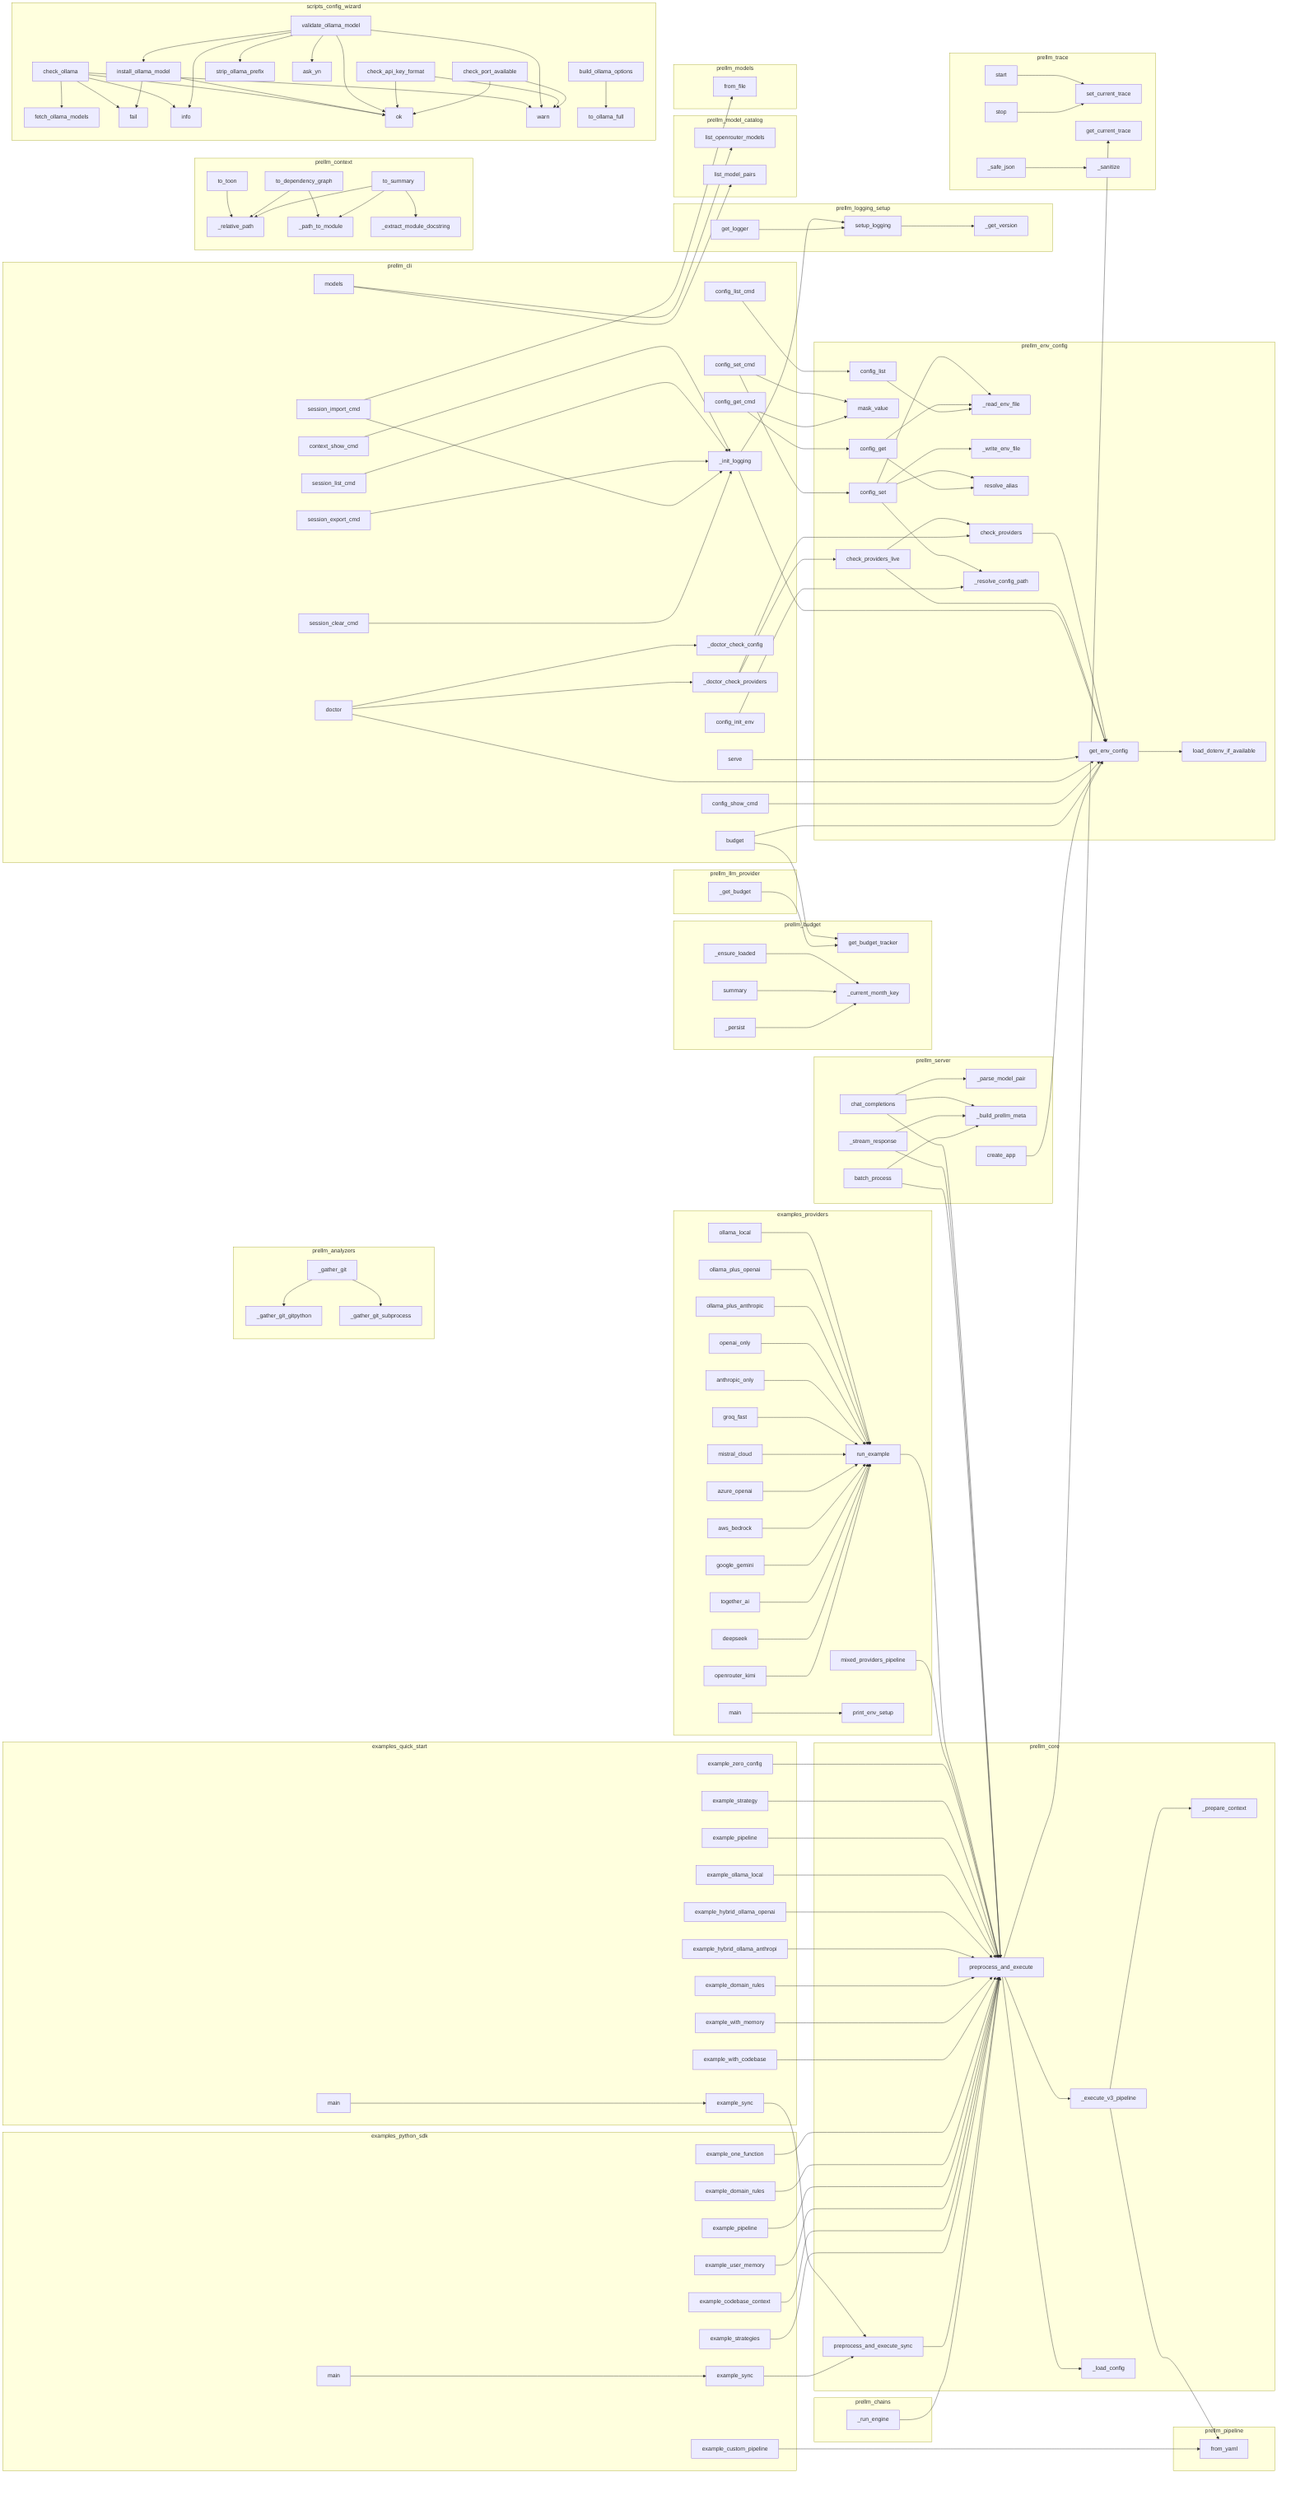
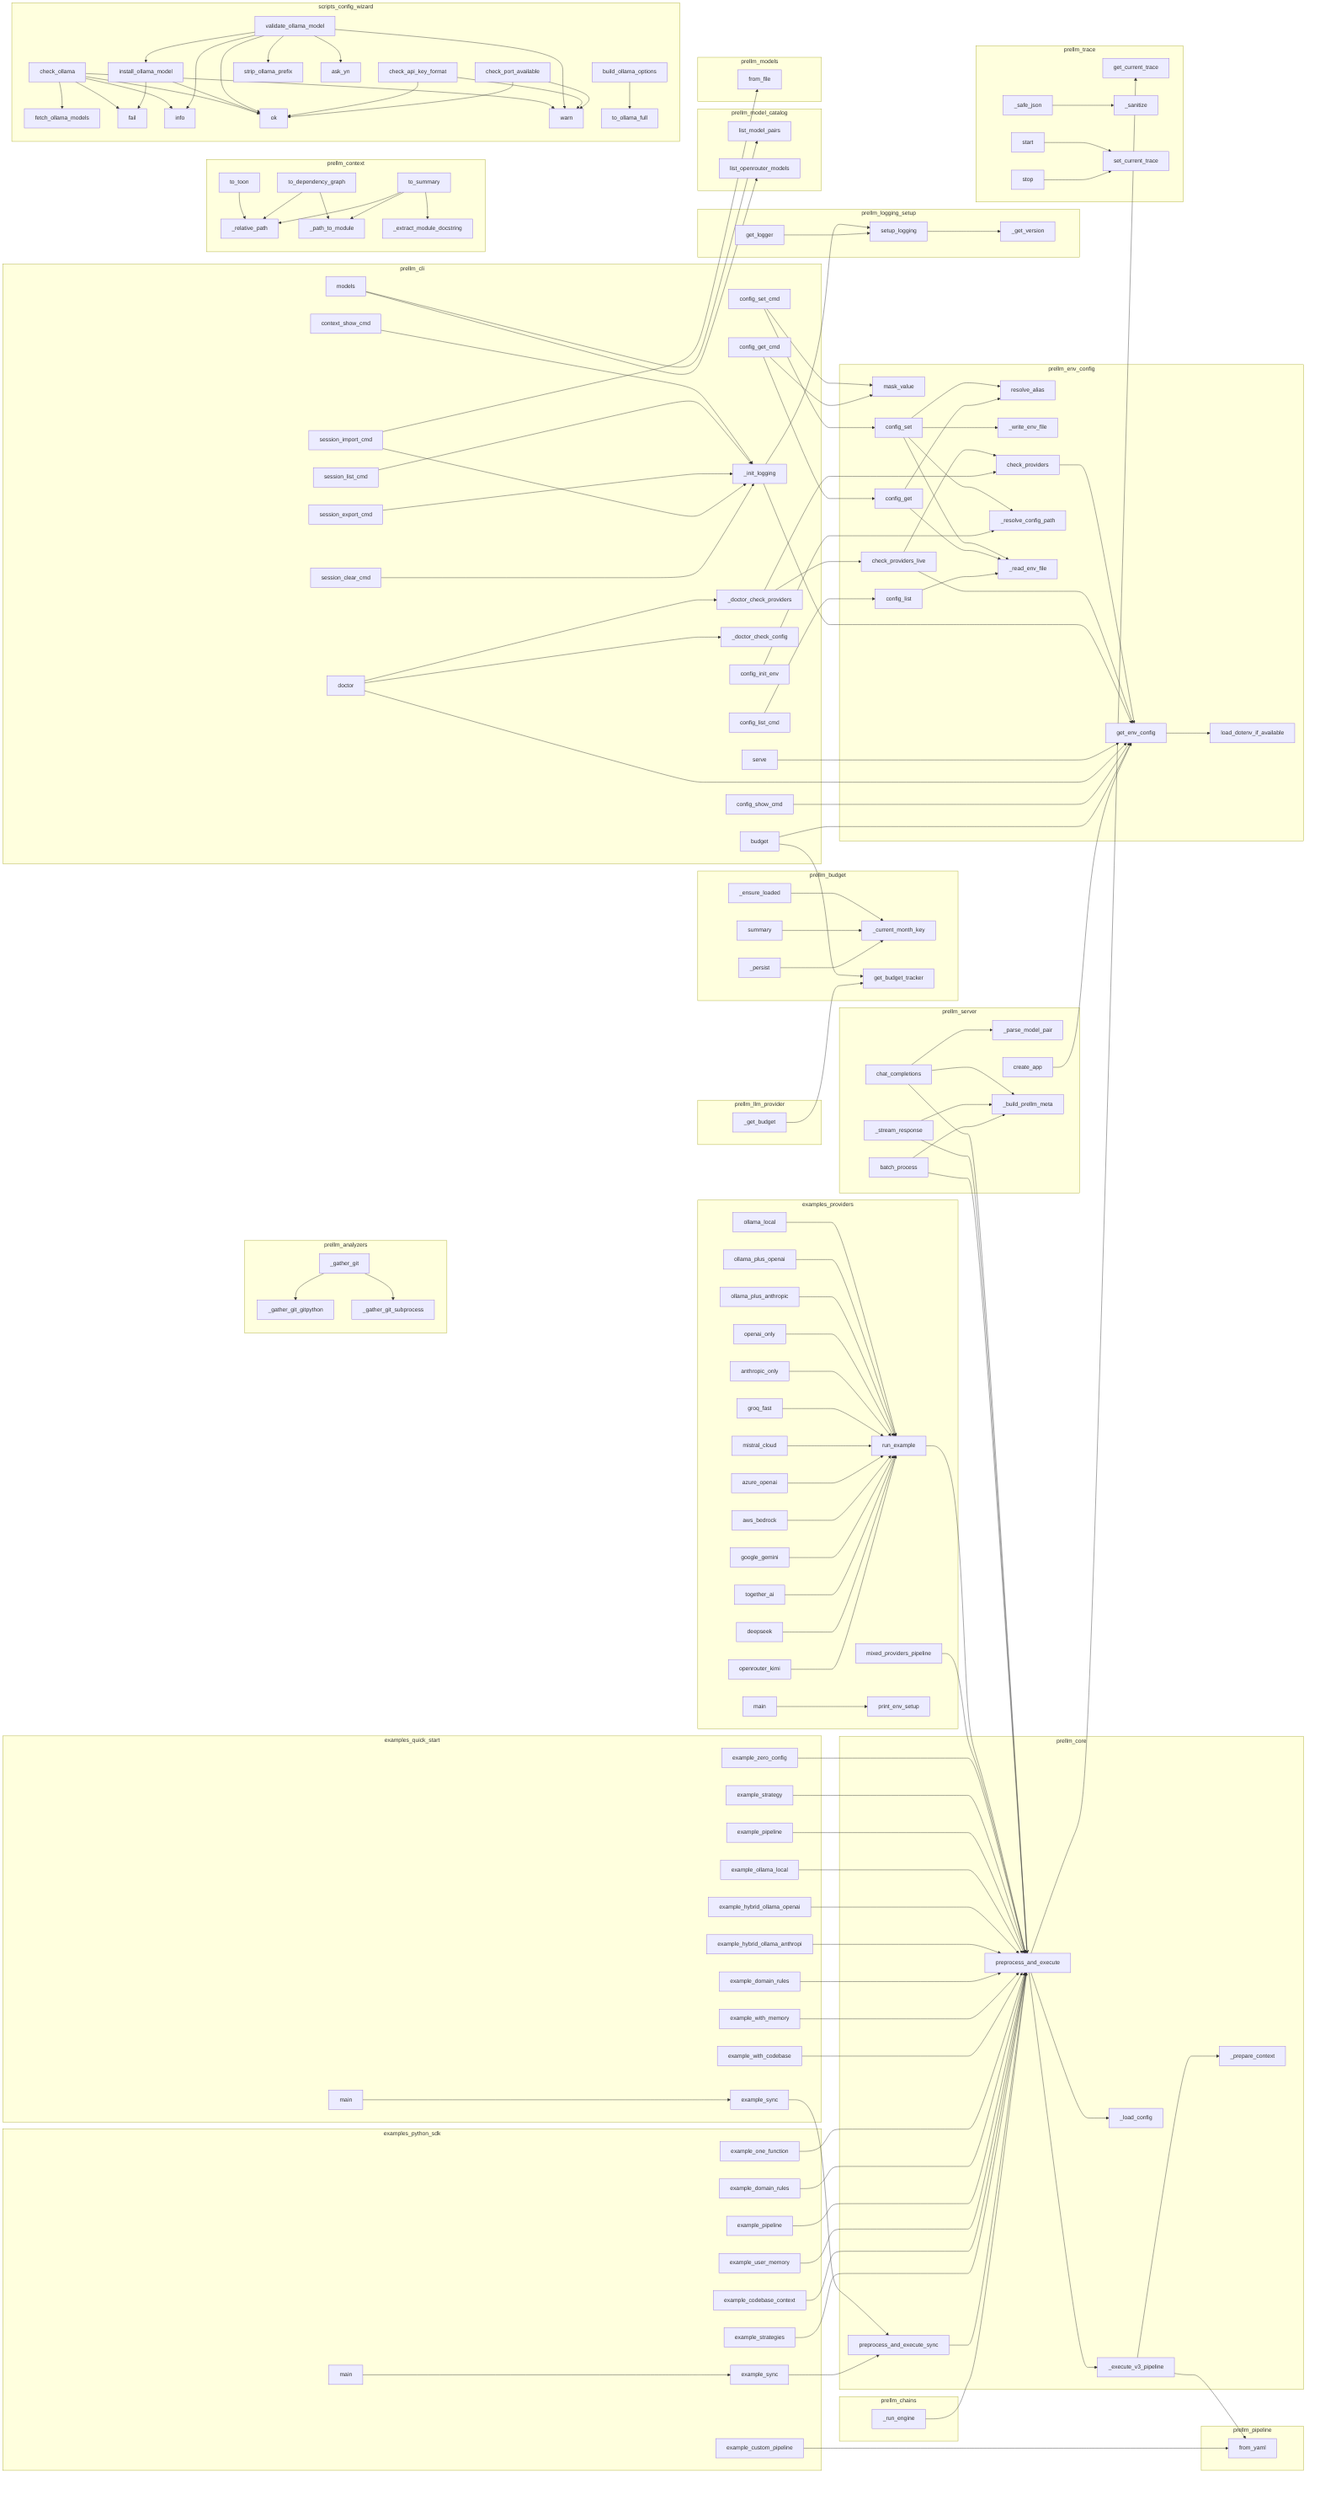
flowchart LR
    subgraph examples_providers
+         examples__providers__ollama_plus_openai["ollama_plus_openai"]
        examples__providers__aws_bedrock["aws_bedrock"]
-         examples__providers__azure_openai["azure_openai"]
+         examples__providers__mistral_cloud["mistral_cloud"]
+         examples__providers__mixed_providers_pipeline["mixed_providers_pipeline"]
+         examples__providers__deepseek["deepseek"]
+         examples__providers__main["main"]
+         examples__providers__run_example["run_example"]
        examples__providers__openrouter_kimi["openrouter_kimi"]
-         examples__providers__ollama_plus_anthropic["ollama_plus_anthropic"]
+         examples__providers__print_env_setup["print_env_setup"]
        examples__providers__openai_only["openai_only"]
-         examples__providers__mixed_providers_pipeline["mixed_providers_pipeline"]
-         examples__providers__ollama_plus_openai["ollama_plus_openai"]
-         examples__providers__run_example["run_example"]
-         examples__providers__mistral_cloud["mistral_cloud"]
-         examples__providers__print_env_setup["print_env_setup"]
-         examples__providers__google_gemini["google_gemini"]
-         examples__providers__main["main"]
-         examples__providers__groq_fast["groq_fast"]
        examples__providers__ollama_local["ollama_local"]
        examples__providers__anthropic_only["anthropic_only"]
-         examples__providers__deepseek["deepseek"]
        examples__providers__together_ai["together_ai"]
+         examples__providers__azure_openai["azure_openai"]
+         examples__providers__ollama_plus_anthropic["ollama_plus_anthropic"]
+         examples__providers__groq_fast["groq_fast"]
+         examples__providers__google_gemini["google_gemini"]
    end
    subgraph examples_python_sdk
+         examples__python_sdk__main["main"]
+         examples__python_sdk__example_pipeline["example_pipeline"]
+         examples__python_sdk__example_sync["example_sync"]
+         examples__python_sdk__example_user_memory["example_user_memory"]
+         examples__python_sdk__example_codebase_context["example_codebase_context"]
+         examples__python_sdk__example_one_function["example_one_function"]
+         examples__python_sdk__example_custom_pipeline["example_custom_pipeline"]
+         examples__python_sdk__example_strategies["example_strategies"]
        examples__python_sdk__example_domain_rules["example_domain_rules"]
-         examples__python_sdk__example_one_function["example_one_function"]
-         examples__python_sdk__example_codebase_context["example_codebase_context"]
-         examples__python_sdk__main["main"]
-         examples__python_sdk__example_strategies["example_strategies"]
-         examples__python_sdk__example_user_memory["example_user_memory"]
-         examples__python_sdk__example_sync["example_sync"]
-         examples__python_sdk__example_pipeline["example_pipeline"]
-         examples__python_sdk__example_custom_pipeline["example_custom_pipeline"]
    end
    subgraph examples_quick_start
+         examples__quick_start__example_ollama_local["example_ollama_local"]
+         examples__quick_start__example_zero_config["example_zero_config"]
+         examples__quick_start__main["main"]
+         examples__quick_start__example_with_memory["example_with_memory"]
+         examples__quick_start__example_hybrid_ollama_anthropic["example_hybrid_ollama_anthropi"]
+         examples__quick_start__example_with_codebase["example_with_codebase"]
+         examples__quick_start__example_strategy["example_strategy"]
+         examples__quick_start__example_domain_rules["example_domain_rules"]
+         examples__quick_start__example_sync["example_sync"]
        examples__quick_start__example_hybrid_ollama_openai["example_hybrid_ollama_openai"]
-         examples__quick_start__example_ollama_local["example_ollama_local"]
-         examples__quick_start__example_domain_rules["example_domain_rules"]
-         examples__quick_start__example_strategy["example_strategy"]
-         examples__quick_start__example_with_memory["example_with_memory"]
-         examples__quick_start__example_zero_config["example_zero_config"]
-         examples__quick_start__example_hybrid_ollama_anthropic["example_hybrid_ollama_anthropi"]
-         examples__quick_start__example_sync["example_sync"]
        examples__quick_start__example_pipeline["example_pipeline"]
-         examples__quick_start__main["main"]
-         examples__quick_start__example_with_codebase["example_with_codebase"]
    end
    subgraph prellm_analyzers
+         prellm__ContextEngine___gather_git_gitpython["_gather_git_gitpython"]
        prellm__ContextEngine___gather_git["_gather_git"]
        prellm__ContextEngine___gather_git_subprocess["_gather_git_subprocess"]
-         prellm__ContextEngine___gather_git_gitpython["_gather_git_gitpython"]
    end
    subgraph prellm_budget
+         prellm__budget__BudgetTracker__summary["summary"]
+         prellm__budget__BudgetTracker___persist["_persist"]
+         prellm__budget___current_month_key["_current_month_key"]
+         prellm__budget__get_budget_tracker["get_budget_tracker"]
        prellm__budget__BudgetTracker___ensure_loaded["_ensure_loaded"]
-         prellm__budget__BudgetTracker___persist["_persist"]
-         prellm__budget__get_budget_tracker["get_budget_tracker"]
-         prellm__budget___current_month_key["_current_month_key"]
-         prellm__budget__BudgetTracker__summary["summary"]
    end
    subgraph prellm_chains
        prellm__chains__process_chain__ProcessChain___run_engine["_run_engine"]
    end
    subgraph prellm_cli
+         prellm__cli___init_logging["_init_logging"]
+         prellm__cli__session_list_cmd["session_list_cmd"]
+         prellm__cli__session_export_cmd["session_export_cmd"]
        prellm__cli___doctor_check_providers["_doctor_check_providers"]
-         prellm__cli__config_set_cmd["config_set_cmd"]
-         prellm__cli___init_logging["_init_logging"]
        prellm__cli__doctor["doctor"]
+         prellm__cli__config_init_env["config_init_env"]
        prellm__cli__config_list_cmd["config_list_cmd"]
        prellm__cli___doctor_check_config["_doctor_check_config"]
-         prellm__cli__session_list_cmd["session_list_cmd"]
        prellm__cli__serve["serve"]
+         prellm__cli__models["models"]
+         prellm__cli__session_clear_cmd["session_clear_cmd"]
+         prellm__cli__config_show_cmd["config_show_cmd"]
+         prellm__cli__config_set_cmd["config_set_cmd"]
        prellm__cli__config_get_cmd["config_get_cmd"]
+         prellm__cli__budget["budget"]
+         prellm__cli__context_show_cmd["context_show_cmd"]
        prellm__cli__session_import_cmd["session_import_cmd"]
-         prellm__cli__config_init_env["config_init_env"]
-         prellm__cli__config_show_cmd["config_show_cmd"]
-         prellm__cli__context_show_cmd["context_show_cmd"]
-         prellm__cli__models["models"]
-         prellm__cli__session_export_cmd["session_export_cmd"]
-         prellm__cli__session_clear_cmd["session_clear_cmd"]
-         prellm__cli__budget["budget"]
    end
    subgraph prellm_context
-         prellm__FolderCompressor__to_toon["to_toon"]
+         prellm__context__folder_compressor___extract_module_docstrin["_extract_module_docstring"]
        prellm__context__folder_compressor___relative_path["_relative_path"]
        prellm__FolderCompressor__to_dependency_graph["to_dependency_graph"]
        prellm__context__folder_compressor___path_to_module["_path_to_module"]
-         prellm__context__folder_compressor___extract_module_docstrin["_extract_module_docstring"]
+         prellm__FolderCompressor__to_toon["to_toon"]
        prellm__FolderCompressor__to_summary["to_summary"]
    end
    subgraph prellm_core
+         prellm__core__PreLLM___load_config["_load_config"]
        prellm__core__preprocess_and_execute_sync["preprocess_and_execute_sync"]
+         prellm__core___prepare_context["_prepare_context"]
+         prellm__core__preprocess_and_execute["preprocess_and_execute"]
        prellm__core___execute_v3_pipeline["_execute_v3_pipeline"]
-         prellm__core__PreLLM___load_config["_load_config"]
-         prellm__core__preprocess_and_execute["preprocess_and_execute"]
-         prellm__core___prepare_context["_prepare_context"]
    end
    subgraph prellm_env_config
+         prellm__env_config__resolve_alias["resolve_alias"]
+         prellm__env_config__mask_value["mask_value"]
+         prellm__env_config__check_providers_live["check_providers_live"]
+         prellm__env_config___write_env_file["_write_env_file"]
+         prellm__env_config__check_providers["check_providers"]
+         prellm__env_config___resolve_config_path["_resolve_config_path"]
+         prellm__env_config__config_get["config_get"]
        prellm__env_config___read_env_file["_read_env_file"]
        prellm__env_config__load_dotenv_if_available["load_dotenv_if_available"]
-         prellm__env_config__check_providers_live["check_providers_live"]
-         prellm__env_config__mask_value["mask_value"]
        prellm__env_config__get_env_config["get_env_config"]
-         prellm__env_config___write_env_file["_write_env_file"]
-         prellm__env_config__resolve_alias["resolve_alias"]
+         prellm__env_config__config_list["config_list"]
        prellm__env_config__config_set["config_set"]
-         prellm__env_config__config_list["config_list"]
-         prellm__env_config__check_providers["check_providers"]
-         prellm__env_config__config_get["config_get"]
-         prellm__env_config___resolve_config_path["_resolve_config_path"]
    end
    subgraph prellm_llm_provider
        prellm__llm_provider__LLMProvider___get_budget["_get_budget"]
    end
    subgraph prellm_logging_setup
+         prellm__logging_setup__get_logger["get_logger"]
        prellm__logging_setup___get_version["_get_version"]
-         prellm__logging_setup__get_logger["get_logger"]
        prellm__logging_setup__setup_logging["setup_logging"]
    end
    subgraph prellm_model_catalog
+         prellm__model_catalog__list_model_pairs["list_model_pairs"]
        prellm__model_catalog__list_openrouter_models["list_openrouter_models"]
-         prellm__model_catalog__list_model_pairs["list_model_pairs"]
    end
    subgraph prellm_models
        prellm__models__SessionSnapshot__from_file["from_file"]
    end
    subgraph prellm_pipeline
        prellm__pipeline__PromptPipeline__from_yaml["from_yaml"]
    end
    subgraph prellm_server
+         prellm__server___parse_model_pair["_parse_model_pair"]
+         prellm__server__create_app["create_app"]
+         prellm__server__batch_process["batch_process"]
+         prellm__server__chat_completions["chat_completions"]
+         prellm__server___build_prellm_meta["_build_prellm_meta"]
        prellm__server___stream_response["_stream_response"]
-         prellm__server__chat_completions["chat_completions"]
-         prellm__server__batch_process["batch_process"]
-         prellm__server___parse_model_pair["_parse_model_pair"]
-         prellm__server___build_prellm_meta["_build_prellm_meta"]
-         prellm__server__create_app["create_app"]
    end
    subgraph prellm_trace
-         prellm__trace__set_current_trace["set_current_trace"]
-         prellm__trace__TraceRecorder__start["start"]
        prellm__trace__get_current_trace["get_current_trace"]
-         prellm__trace___safe_json["_safe_json"]
        prellm__trace___sanitize["_sanitize"]
        prellm__trace__TraceRecorder__stop["stop"]
+         prellm__trace__TraceRecorder__start["start"]
+         prellm__trace___safe_json["_safe_json"]
+         prellm__trace__set_current_trace["set_current_trace"]
    end
    subgraph scripts_config_wizard
+         scripts__config_wizard__check_api_key_format["check_api_key_format"]
+         scripts__config_wizard__info["info"]
        scripts__config_wizard__check_ollama["check_ollama"]
        scripts__config_wizard__build_ollama_options["build_ollama_options"]
+         scripts__config_wizard__warn["warn"]
+         scripts__config_wizard__ok["ok"]
+         scripts__config_wizard__check_port_available["check_port_available"]
        scripts__config_wizard__install_ollama_model["install_ollama_model"]
        scripts__config_wizard__fail["fail"]
-         scripts__config_wizard__ok["ok"]
-         scripts__config_wizard__info["info"]
+         scripts__config_wizard__fetch_ollama_models["fetch_ollama_models"]
+         scripts__config_wizard__strip_ollama_prefix["strip_ollama_prefix"]
        scripts__config_wizard__to_ollama_full["to_ollama_full"]
        scripts__config_wizard__validate_ollama_model["validate_ollama_model"]
-         scripts__config_wizard__check_port_available["check_port_available"]
-         scripts__config_wizard__warn["warn"]
        scripts__config_wizard__ask_yn["ask_yn"]
-         scripts__config_wizard__fetch_ollama_models["fetch_ollama_models"]
-         scripts__config_wizard__strip_ollama_prefix["strip_ollama_prefix"]
-         scripts__config_wizard__check_api_key_format["check_api_key_format"]
    end
    examples__providers__run_example --> prellm__core__preprocess_and_execute
    examples__providers__ollama_local --> examples__providers__run_example
    examples__providers__ollama_plus_openai --> examples__providers__run_example
    examples__providers__ollama_plus_anthropic --> examples__providers__run_example
    examples__providers__openai_only --> examples__providers__run_example
    examples__providers__anthropic_only --> examples__providers__run_example
    examples__providers__groq_fast --> examples__providers__run_example
    examples__providers__mistral_cloud --> examples__providers__run_example
    examples__providers__azure_openai --> examples__providers__run_example
    examples__providers__aws_bedrock --> examples__providers__run_example
    examples__providers__google_gemini --> examples__providers__run_example
    examples__providers__together_ai --> examples__providers__run_example
    examples__providers__deepseek --> examples__providers__run_example
    examples__providers__openrouter_kimi --> examples__providers__run_example
    examples__providers__mixed_providers_pipeline --> prellm__core__preprocess_and_execute
    examples__providers__main --> examples__providers__print_env_setup
    examples__quick_start__example_zero_config --> prellm__core__preprocess_and_execute
    examples__quick_start__example_strategy --> prellm__core__preprocess_and_execute
    examples__quick_start__example_pipeline --> prellm__core__preprocess_and_execute
    examples__quick_start__example_ollama_local --> prellm__core__preprocess_and_execute
    examples__quick_start__example_hybrid_ollama_openai --> prellm__core__preprocess_and_execute
    examples__quick_start__example_hybrid_ollama_anthropic --> prellm__core__preprocess_and_execute
    examples__quick_start__example_domain_rules --> prellm__core__preprocess_and_execute
    examples__quick_start__example_with_memory --> prellm__core__preprocess_and_execute
    examples__quick_start__example_with_codebase --> prellm__core__preprocess_and_execute
    examples__quick_start__example_sync --> prellm__core__preprocess_and_execute_sync
    examples__quick_start__main --> examples__quick_start__example_sync
    examples__python_sdk__example_one_function --> prellm__core__preprocess_and_execute
    examples__python_sdk__example_domain_rules --> prellm__core__preprocess_and_execute
    examples__python_sdk__example_sync --> prellm__core__preprocess_and_execute_sync
    examples__python_sdk__example_pipeline --> prellm__core__preprocess_and_execute
    examples__python_sdk__example_user_memory --> prellm__core__preprocess_and_execute
    examples__python_sdk__example_codebase_context --> prellm__core__preprocess_and_execute
    examples__python_sdk__example_custom_pipeline --> prellm__pipeline__PromptPipeline__from_yaml
    examples__python_sdk__example_strategies --> prellm__core__preprocess_and_execute
    examples__python_sdk__main --> examples__python_sdk__example_sync
    prellm__env_config__get_env_config --> prellm__env_config__load_dotenv_if_available
    prellm__env_config__check_providers --> prellm__env_config__get_env_config
    prellm__env_config__config_set --> prellm__env_config__resolve_alias
    prellm__env_config__config_set --> prellm__env_config___resolve_config_path
    prellm__env_config__config_set --> prellm__env_config___read_env_file
    prellm__env_config__config_set --> prellm__env_config___write_env_file
    prellm__env_config__config_get --> prellm__env_config__resolve_alias
    prellm__env_config__config_get --> prellm__env_config___read_env_file
    prellm__env_config__config_list --> prellm__env_config___read_env_file
    prellm__env_config__check_providers_live --> prellm__env_config__check_providers
    prellm__env_config__check_providers_live --> prellm__env_config__get_env_config
    prellm__cli___init_logging --> prellm__env_config__get_env_config
    prellm__cli___init_logging --> prellm__logging_setup__setup_logging
    prellm__cli__serve --> prellm__env_config__get_env_config
    prellm__cli___doctor_check_providers --> prellm__env_config__check_providers
    prellm__cli___doctor_check_providers --> prellm__env_config__check_providers_live
    prellm__cli__doctor --> prellm__env_config__get_env_config
    prellm__cli__doctor --> prellm__cli___doctor_check_config
    prellm__cli__doctor --> prellm__cli___doctor_check_providers
    prellm__cli__config_set_cmd --> prellm__env_config__config_set
    prellm__cli__config_set_cmd --> prellm__env_config__mask_value
    prellm__cli__config_get_cmd --> prellm__env_config__config_get
    prellm__cli__config_get_cmd --> prellm__env_config__mask_value
    prellm__cli__config_list_cmd --> prellm__env_config__config_list
    prellm__cli__config_show_cmd --> prellm__env_config__get_env_config
    prellm__cli__config_init_env --> prellm__env_config___resolve_config_path
    prellm__cli__budget --> prellm__env_config__get_env_config
    prellm__cli__budget --> prellm__budget__get_budget_tracker
    prellm__cli__models --> prellm__model_catalog__list_model_pairs
    prellm__cli__models --> prellm__model_catalog__list_openrouter_models
    prellm__cli__context_show_cmd --> prellm__cli___init_logging
    prellm__cli__session_list_cmd --> prellm__cli___init_logging
    prellm__cli__session_export_cmd --> prellm__cli___init_logging
    prellm__cli__session_import_cmd --> prellm__cli___init_logging
    prellm__cli__session_import_cmd --> prellm__models__SessionSnapshot__from_file
    prellm__cli__session_clear_cmd --> prellm__cli___init_logging
    prellm__trace__TraceRecorder__start --> prellm__trace__set_current_trace
    prellm__trace__TraceRecorder__stop --> prellm__trace__set_current_trace
    prellm__trace___safe_json --> prellm__trace___sanitize
+     prellm__core__preprocess_and_execute --> prellm__trace__get_current_trace
+     prellm__core__preprocess_and_execute --> prellm__core__PreLLM___load_config
+     prellm__core__preprocess_and_execute --> prellm__core___execute_v3_pipeline
+     prellm__core__preprocess_and_execute_sync --> prellm__core__preprocess_and_execute
+     prellm__core___execute_v3_pipeline --> prellm__pipeline__PromptPipeline__from_yaml
+     prellm__core___execute_v3_pipeline --> prellm__core___prepare_context
+     prellm__llm_provider__LLMProvider___get_budget --> prellm__budget__get_budget_tracker
    prellm__server__chat_completions --> prellm__server___parse_model_pair
    prellm__server__chat_completions --> prellm__server___build_prellm_meta
    prellm__server__chat_completions --> prellm__core__preprocess_and_execute
    prellm__server___stream_response --> prellm__core__preprocess_and_execute
    prellm__server___stream_response --> prellm__server___build_prellm_meta
    prellm__server__batch_process --> prellm__core__preprocess_and_execute
    prellm__server__batch_process --> prellm__server___build_prellm_meta
    prellm__server__create_app --> prellm__env_config__get_env_config
-     prellm__core__preprocess_and_execute --> prellm__trace__get_current_trace
-     prellm__core__preprocess_and_execute --> prellm__core__PreLLM___load_config
-     prellm__core__preprocess_and_execute --> prellm__core___execute_v3_pipeline
-     prellm__core__preprocess_and_execute_sync --> prellm__core__preprocess_and_execute
-     prellm__core___execute_v3_pipeline --> prellm__pipeline__PromptPipeline__from_yaml
-     prellm__core___execute_v3_pipeline --> prellm__core___prepare_context
-     prellm__llm_provider__LLMProvider___get_budget --> prellm__budget__get_budget_tracker
-     prellm__chains__process_chain__ProcessChain___run_engine --> prellm__core__preprocess_and_execute
-     prellm__FolderCompressor__to_toon --> prellm__context__folder_compressor___relative_path
-     prellm__FolderCompressor__to_dependency_graph --> prellm__context__folder_compressor___relative_path
-     prellm__FolderCompressor__to_dependency_graph --> prellm__context__folder_compressor___path_to_module
-     prellm__FolderCompressor__to_summary --> prellm__context__folder_compressor___relative_path
-     prellm__FolderCompressor__to_summary --> prellm__context__folder_compressor___path_to_module
-     prellm__FolderCompressor__to_summary --> prellm__context__folder_compressor___extract_module_docstrin
-     prellm__budget__BudgetTracker___ensure_loaded --> prellm__budget___current_month_key
-     prellm__budget__BudgetTracker__summary --> prellm__budget___current_month_key
-     prellm__budget__BudgetTracker___persist --> prellm__budget___current_month_key
    scripts__config_wizard__check_ollama --> scripts__config_wizard__fetch_ollama_models
    scripts__config_wizard__check_ollama --> scripts__config_wizard__fail
    scripts__config_wizard__check_ollama --> scripts__config_wizard__info
    scripts__config_wizard__check_ollama --> scripts__config_wizard__ok
    scripts__config_wizard__check_ollama --> scripts__config_wizard__warn
    scripts__config_wizard__build_ollama_options --> scripts__config_wizard__to_ollama_full
    scripts__config_wizard__install_ollama_model --> scripts__config_wizard__fail
    scripts__config_wizard__install_ollama_model --> scripts__config_wizard__ok
    scripts__config_wizard__validate_ollama_model --> scripts__config_wizard__strip_ollama_prefix
    scripts__config_wizard__validate_ollama_model --> scripts__config_wizard__warn
    scripts__config_wizard__validate_ollama_model --> scripts__config_wizard__info
    scripts__config_wizard__validate_ollama_model --> scripts__config_wizard__ask_yn
    scripts__config_wizard__validate_ollama_model --> scripts__config_wizard__ok
    scripts__config_wizard__validate_ollama_model --> scripts__config_wizard__install_ollama_model
    scripts__config_wizard__check_api_key_format --> scripts__config_wizard__ok
    scripts__config_wizard__check_api_key_format --> scripts__config_wizard__warn
    scripts__config_wizard__check_port_available --> scripts__config_wizard__warn
    scripts__config_wizard__check_port_available --> scripts__config_wizard__ok
+     prellm__FolderCompressor__to_toon --> prellm__context__folder_compressor___relative_path
+     prellm__FolderCompressor__to_dependency_graph --> prellm__context__folder_compressor___relative_path
+     prellm__FolderCompressor__to_dependency_graph --> prellm__context__folder_compressor___path_to_module
+     prellm__FolderCompressor__to_summary --> prellm__context__folder_compressor___relative_path
+     prellm__FolderCompressor__to_summary --> prellm__context__folder_compressor___path_to_module
+     prellm__FolderCompressor__to_summary --> prellm__context__folder_compressor___extract_module_docstrin
+     prellm__chains__process_chain__ProcessChain___run_engine --> prellm__core__preprocess_and_execute
+     prellm__budget__BudgetTracker___ensure_loaded --> prellm__budget___current_month_key
+     prellm__budget__BudgetTracker__summary --> prellm__budget___current_month_key
+     prellm__budget__BudgetTracker___persist --> prellm__budget___current_month_key
    prellm__ContextEngine___gather_git --> prellm__ContextEngine___gather_git_gitpython
    prellm__ContextEngine___gather_git --> prellm__ContextEngine___gather_git_subprocess
    prellm__logging_setup__setup_logging --> prellm__logging_setup___get_version
    prellm__logging_setup__get_logger --> prellm__logging_setup__setup_logging
